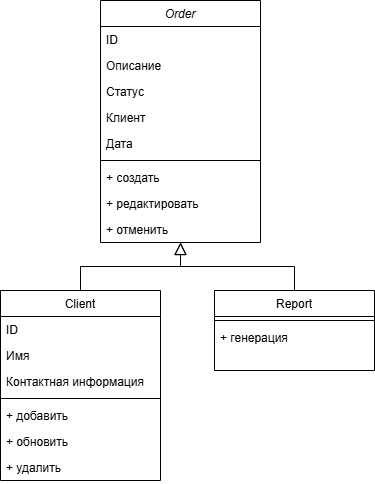
The draw.io diagram png/Диаграмма классов.png in ober0/Order-and-customer-accounting-system, before a commit. Source tidied: cells renumbered, new cells last; positions are measured from the earlier drawing's top-left corner, leaving out a move shared by most shapes. The source it was exported from:
```xml
<mxGraphModel background="#FFFFFF">
  <root>
    <mxCell id="0" />
    <mxCell id="1" parent="0" />
    <mxCell id="2" value="Order" style="swimlane;fontStyle=2;align=center;verticalAlign=top;horizontal=1;startSize=26;rounded=0;shadow=0;strokeWidth=1;" parent="1" vertex="1">
      <mxGeometry x="100" width="160" height="242" as="geometry" />
    </mxCell>
    <mxCell id="3" value="ID" style="text;align=left;verticalAlign=top;spacingLeft=4;spacingRight=4;overflow=hidden;" parent="2" vertex="1">
      <mxGeometry y="26" width="160" height="26" as="geometry" />
    </mxCell>
    <mxCell id="4" value="Описание" style="text;align=left;verticalAlign=top;spacingLeft=4;spacingRight=4;overflow=hidden;rounded=0;shadow=0;html=0;" parent="2" vertex="1">
      <mxGeometry y="52" width="160" height="26" as="geometry" />
    </mxCell>
    <mxCell id="5" value="Статус" style="text;align=left;verticalAlign=top;spacingLeft=4;spacingRight=4;overflow=hidden;rounded=0;shadow=0;html=0;" parent="2" vertex="1">
      <mxGeometry y="78" width="160" height="26" as="geometry" />
    </mxCell>
    <mxCell id="6" value="Клиент" style="text;align=left;verticalAlign=top;spacingLeft=4;spacingRight=4;overflow=hidden;" parent="2" vertex="1">
      <mxGeometry y="104" width="160" height="26" as="geometry" />
    </mxCell>
    <mxCell id="7" value="Дата" style="text;align=left;verticalAlign=top;spacingLeft=4;spacingRight=4;overflow=hidden;" parent="2" vertex="1">
      <mxGeometry y="130" width="160" height="26" as="geometry" />
    </mxCell>
    <mxCell id="8" style="line;html=1;strokeWidth=1;align=left;verticalAlign=middle;spacingTop=-1;spacingLeft=3;spacingRight=3;labelPosition=right;" parent="2" vertex="1">
      <mxGeometry y="156" width="160" height="8" as="geometry" />
    </mxCell>
    <mxCell id="9" value="+ создать" style="text;align=left;verticalAlign=top;spacingLeft=4;spacingRight=4;overflow=hidden;rounded=0;shadow=0;html=0;" parent="2" vertex="1">
      <mxGeometry y="164" width="160" height="26" as="geometry" />
    </mxCell>
    <mxCell id="10" value="+ редактировать" style="text;align=left;verticalAlign=top;spacingLeft=4;spacingRight=4;overflow=hidden;rounded=0;shadow=0;html=0;" parent="2" vertex="1">
      <mxGeometry y="190" width="160" height="26" as="geometry" />
    </mxCell>
    <mxCell id="11" value="+ отменить" style="text;align=left;verticalAlign=top;spacingLeft=4;spacingRight=4;overflow=hidden;points=[[0,0.5],[1,0.5]];portConstraint=eastwest;rounded=0;shadow=0;html=0;" parent="2" vertex="1">
      <mxGeometry y="216" width="160" height="26" as="geometry" />
    </mxCell>
    <mxCell id="12" value="Client" style="swimlane;fontStyle=0;align=center;verticalAlign=top;horizontal=1;startSize=26;rounded=0;shadow=0;strokeWidth=1;" parent="1" vertex="1">
      <mxGeometry y="290" width="160" height="190" as="geometry" />
    </mxCell>
    <mxCell id="13" value="ID" style="text;align=left;verticalAlign=top;spacingLeft=4;spacingRight=4;overflow=hidden;" parent="12" vertex="1">
      <mxGeometry y="26" width="160" height="26" as="geometry" />
    </mxCell>
    <mxCell id="14" value="Имя" style="text;align=left;verticalAlign=top;spacingLeft=4;spacingRight=4;overflow=hidden;rounded=0;shadow=0;html=0;" parent="12" vertex="1">
      <mxGeometry y="52" width="160" height="26" as="geometry" />
    </mxCell>
    <mxCell id="15" value="Контактная информация" style="text;align=left;verticalAlign=top;spacingLeft=4;spacingRight=4;overflow=hidden;rounded=0;shadow=0;html=0;" parent="12" vertex="1">
      <mxGeometry y="78" width="160" height="26" as="geometry" />
    </mxCell>
    <mxCell id="16" style="line;html=1;strokeWidth=1;align=left;verticalAlign=middle;spacingTop=-1;spacingLeft=3;spacingRight=3;labelPosition=right;" parent="12" vertex="1">
      <mxGeometry y="104" width="160" height="8" as="geometry" />
    </mxCell>
    <mxCell id="17" value="+ добавить" style="text;align=left;verticalAlign=top;spacingLeft=4;spacingRight=4;overflow=hidden;" parent="12" vertex="1">
      <mxGeometry y="112" width="160" height="26" as="geometry" />
    </mxCell>
    <mxCell id="18" value="+ обновить" style="text;align=left;verticalAlign=top;spacingLeft=4;spacingRight=4;overflow=hidden;" parent="12" vertex="1">
      <mxGeometry y="138" width="160" height="26" as="geometry" />
    </mxCell>
    <mxCell id="19" value="+ удалить" style="text;align=left;verticalAlign=top;spacingLeft=4;spacingRight=4;overflow=hidden;" parent="12" vertex="1">
      <mxGeometry y="164" width="160" height="26" as="geometry" />
    </mxCell>
    <mxCell id="20" style="endArrow=block;endSize=10;endFill=0;shadow=0;strokeWidth=1;rounded=0;curved=0;edgeStyle=elbowEdgeStyle;elbow=vertical;" parent="1" edge="1" source="12" target="2">
      <mxGeometry relative="1" as="geometry" />
    </mxCell>
    <mxCell id="21" value="Report" style="swimlane;fontStyle=0;align=center;verticalAlign=top;horizontal=1;startSize=26;rounded=0;shadow=0;strokeWidth=1;" parent="1" vertex="1">
      <mxGeometry x="214" y="290" width="160" height="80" as="geometry" />
    </mxCell>
    <mxCell id="22" style="line;html=1;strokeWidth=1;align=left;verticalAlign=middle;spacingTop=-1;spacingLeft=3;spacingRight=3;labelPosition=right;" parent="21" vertex="1">
      <mxGeometry y="26" width="160" height="8" as="geometry" />
    </mxCell>
    <mxCell id="23" value="+ генерация" style="text;align=left;verticalAlign=top;spacingLeft=4;spacingRight=4;overflow=hidden;" parent="21" vertex="1">
      <mxGeometry y="34" width="160" height="26" as="geometry" />
    </mxCell>
    <mxCell id="24" style="endArrow=block;endSize=10;endFill=0;shadow=0;strokeWidth=1;rounded=0;curved=0;edgeStyle=elbowEdgeStyle;elbow=vertical;" parent="1" edge="1" source="21" target="2">
      <mxGeometry relative="1" as="geometry" />
    </mxCell>
  </root>
</mxGraphModel>
```
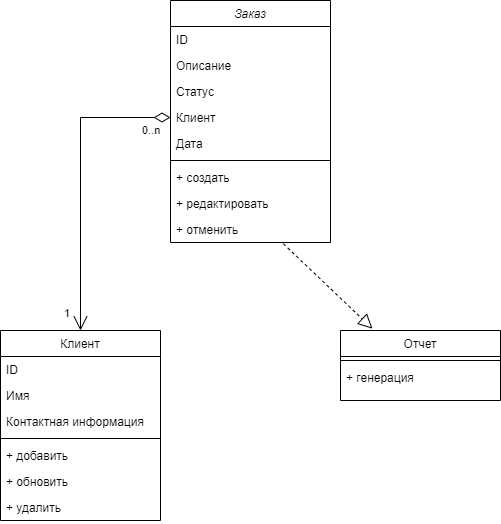
The same file after the commit.

What changed in the source:
```diff
@@ -1,75 +1,85 @@
 <mxGraphModel background="#FFFFFF">
   <root>
-    <mxCell id="0" />
-    <mxCell id="1" parent="0" />
-    <mxCell id="2" value="Order" style="swimlane;fontStyle=2;align=center;verticalAlign=top;horizontal=1;startSize=26;rounded=0;shadow=0;strokeWidth=1;" parent="1" vertex="1">
-      <mxGeometry x="100" width="160" height="242" as="geometry" />
-    </mxCell>
-    <mxCell id="3" value="ID" style="text;align=left;verticalAlign=top;spacingLeft=4;spacingRight=4;overflow=hidden;" parent="2" vertex="1">
-      <mxGeometry y="26" width="160" height="26" as="geometry" />
-    </mxCell>
+    <mxCell id="25" />
+    <mxCell id="26" parent="25" />
+    <mxCell id="27" value="Заказ" style="swimlane;fontStyle=2;align=center;verticalAlign=top;horizontal=1;startSize=26;rounded=0;shadow=0;strokeWidth=1;" parent="26" vertex="1">
+      <mxGeometry x="10" y="100" width="160" height="242" as="geometry" />
+    </mxCell>
+    <mxCell id="28" value="ID" style="text;align=left;verticalAlign=top;spacingLeft=4;spacingRight=4;overflow=hidden;" parent="27" vertex="1">
+      <mxGeometry y="26" width="160" height="26" as="geometry" />
+    </mxCell>
-    <mxCell id="4" value="Описание" style="text;align=left;verticalAlign=top;spacingLeft=4;spacingRight=4;overflow=hidden;rounded=0;shadow=0;html=0;" parent="2" vertex="1">
+    <mxCell id="4" value="Описание" style="text;align=left;verticalAlign=top;spacingLeft=4;spacingRight=4;overflow=hidden;rounded=0;shadow=0;html=0;" parent="27" vertex="1">
       <mxGeometry y="52" width="160" height="26" as="geometry" />
     </mxCell>
-    <mxCell id="5" value="Статус" style="text;align=left;verticalAlign=top;spacingLeft=4;spacingRight=4;overflow=hidden;rounded=0;shadow=0;html=0;" parent="2" vertex="1">
+    <mxCell id="5" value="Статус" style="text;align=left;verticalAlign=top;spacingLeft=4;spacingRight=4;overflow=hidden;rounded=0;shadow=0;html=0;" parent="27" vertex="1">
       <mxGeometry y="78" width="160" height="26" as="geometry" />
     </mxCell>
-    <mxCell id="6" value="Клиент" style="text;align=left;verticalAlign=top;spacingLeft=4;spacingRight=4;overflow=hidden;" parent="2" vertex="1">
-      <mxGeometry y="104" width="160" height="26" as="geometry" />
-    </mxCell>
+    <mxCell id="29" value="Клиент" style="text;align=left;verticalAlign=top;spacingLeft=4;spacingRight=4;overflow=hidden;points=[[0,0.5],[1,0.5]];portConstraint=eastwest;rounded=0;shadow=0;html=0;" parent="27" vertex="1">
+      <mxGeometry y="104" width="160" height="26" as="geometry" />
+    </mxCell>
-    <mxCell id="7" value="Дата" style="text;align=left;verticalAlign=top;spacingLeft=4;spacingRight=4;overflow=hidden;" parent="2" vertex="1">
+    <mxCell id="7" value="Дата" style="text;align=left;verticalAlign=top;spacingLeft=4;spacingRight=4;overflow=hidden;rounded=0;shadow=0;html=0;" parent="27" vertex="1">
       <mxGeometry y="130" width="160" height="26" as="geometry" />
     </mxCell>
-    <mxCell id="8" style="line;html=1;strokeWidth=1;align=left;verticalAlign=middle;spacingTop=-1;spacingLeft=3;spacingRight=3;labelPosition=right;" parent="2" vertex="1">
+    <mxCell id="8" style="line;html=1;strokeWidth=1;align=left;verticalAlign=middle;spacingTop=-1;spacingLeft=3;spacingRight=3;labelPosition=right;" parent="27" vertex="1">
       <mxGeometry y="156" width="160" height="8" as="geometry" />
     </mxCell>
-    <mxCell id="9" value="+ создать" style="text;align=left;verticalAlign=top;spacingLeft=4;spacingRight=4;overflow=hidden;rounded=0;shadow=0;html=0;" parent="2" vertex="1">
+    <mxCell id="9" value="+ создать" style="text;align=left;verticalAlign=top;spacingLeft=4;spacingRight=4;overflow=hidden;" parent="27" vertex="1">
       <mxGeometry y="164" width="160" height="26" as="geometry" />
     </mxCell>
-    <mxCell id="10" value="+ редактировать" style="text;align=left;verticalAlign=top;spacingLeft=4;spacingRight=4;overflow=hidden;rounded=0;shadow=0;html=0;" parent="2" vertex="1">
+    <mxCell id="10" value="+ редактировать" style="text;align=left;verticalAlign=top;spacingLeft=4;spacingRight=4;overflow=hidden;rounded=0;shadow=0;html=0;" parent="27" vertex="1">
       <mxGeometry y="190" width="160" height="26" as="geometry" />
     </mxCell>
-    <mxCell id="11" value="+ отменить" style="text;align=left;verticalAlign=top;spacingLeft=4;spacingRight=4;overflow=hidden;points=[[0,0.5],[1,0.5]];portConstraint=eastwest;rounded=0;shadow=0;html=0;" parent="2" vertex="1">
+    <mxCell id="11" value="+ отменить" style="text;align=left;verticalAlign=top;spacingLeft=4;spacingRight=4;overflow=hidden;points=[[0,0.5],[1,0.5]];portConstraint=eastwest;rounded=0;shadow=0;html=0;" parent="27" vertex="1">
       <mxGeometry y="216" width="160" height="26" as="geometry" />
     </mxCell>
-    <mxCell id="12" value="Client" style="swimlane;fontStyle=0;align=center;verticalAlign=top;horizontal=1;startSize=26;rounded=0;shadow=0;strokeWidth=1;" parent="1" vertex="1">
-      <mxGeometry y="290" width="160" height="190" as="geometry" />
-    </mxCell>
-    <mxCell id="13" value="ID" style="text;align=left;verticalAlign=top;spacingLeft=4;spacingRight=4;overflow=hidden;" parent="12" vertex="1">
-      <mxGeometry y="26" width="160" height="26" as="geometry" />
-    </mxCell>
+    <mxCell id="30" value="Клиент" style="swimlane;fontStyle=0;align=center;verticalAlign=top;horizontal=1;startSize=26;rounded=0;shadow=0;strokeWidth=1;" parent="26" vertex="1">
+      <mxGeometry x="-160" y="430" width="160" height="190" as="geometry" />
+    </mxCell>
+    <mxCell id="31" value="ID" style="text;align=left;verticalAlign=top;spacingLeft=4;spacingRight=4;overflow=hidden;" parent="30" vertex="1">
+      <mxGeometry y="26" width="160" height="26" as="geometry" />
+    </mxCell>
-    <mxCell id="14" value="Имя" style="text;align=left;verticalAlign=top;spacingLeft=4;spacingRight=4;overflow=hidden;rounded=0;shadow=0;html=0;" parent="12" vertex="1">
+    <mxCell id="14" value="Имя" style="text;align=left;verticalAlign=top;spacingLeft=4;spacingRight=4;overflow=hidden;rounded=0;shadow=0;html=0;" parent="30" vertex="1">
       <mxGeometry y="52" width="160" height="26" as="geometry" />
     </mxCell>
-    <mxCell id="15" value="Контактная информация" style="text;align=left;verticalAlign=top;spacingLeft=4;spacingRight=4;overflow=hidden;rounded=0;shadow=0;html=0;" parent="12" vertex="1">
+    <mxCell id="15" value="Контактная информация" style="text;align=left;verticalAlign=top;spacingLeft=4;spacingRight=4;overflow=hidden;rounded=0;shadow=0;html=0;" parent="30" vertex="1">
       <mxGeometry y="78" width="160" height="26" as="geometry" />
     </mxCell>
-    <mxCell id="16" style="line;html=1;strokeWidth=1;align=left;verticalAlign=middle;spacingTop=-1;spacingLeft=3;spacingRight=3;labelPosition=right;" parent="12" vertex="1">
+    <mxCell id="16" style="line;html=1;strokeWidth=1;align=left;verticalAlign=middle;spacingTop=-1;spacingLeft=3;spacingRight=3;labelPosition=right;" parent="30" vertex="1">
       <mxGeometry y="104" width="160" height="8" as="geometry" />
     </mxCell>
-    <mxCell id="17" value="+ добавить" style="text;align=left;verticalAlign=top;spacingLeft=4;spacingRight=4;overflow=hidden;" parent="12" vertex="1">
+    <mxCell id="17" value="+ добавить" style="text;align=left;verticalAlign=top;spacingLeft=4;spacingRight=4;overflow=hidden;" parent="30" vertex="1">
       <mxGeometry y="112" width="160" height="26" as="geometry" />
     </mxCell>
-    <mxCell id="18" value="+ обновить" style="text;align=left;verticalAlign=top;spacingLeft=4;spacingRight=4;overflow=hidden;" parent="12" vertex="1">
+    <mxCell id="18" value="+ обновить" style="text;align=left;verticalAlign=top;spacingLeft=4;spacingRight=4;overflow=hidden;" parent="30" vertex="1">
       <mxGeometry y="138" width="160" height="26" as="geometry" />
     </mxCell>
-    <mxCell id="19" value="+ удалить" style="text;align=left;verticalAlign=top;spacingLeft=4;spacingRight=4;overflow=hidden;" parent="12" vertex="1">
+    <mxCell id="19" value="+ удалить" style="text;align=left;verticalAlign=top;spacingLeft=4;spacingRight=4;overflow=hidden;" parent="30" vertex="1">
       <mxGeometry y="164" width="160" height="26" as="geometry" />
     </mxCell>
-    <mxCell id="20" style="endArrow=block;endSize=10;endFill=0;shadow=0;strokeWidth=1;rounded=0;curved=0;edgeStyle=elbowEdgeStyle;elbow=vertical;" parent="1" edge="1" source="12" target="2">
-      <mxGeometry relative="1" as="geometry" />
-    </mxCell>
-    <mxCell id="21" value="Report" style="swimlane;fontStyle=0;align=center;verticalAlign=top;horizontal=1;startSize=26;rounded=0;shadow=0;strokeWidth=1;" parent="1" vertex="1">
-      <mxGeometry x="214" y="290" width="160" height="80" as="geometry" />
-    </mxCell>
+    <mxCell id="32" value="Отчет" style="swimlane;fontStyle=0;align=center;verticalAlign=top;horizontal=1;startSize=26;rounded=0;shadow=0;strokeWidth=1;" parent="26" vertex="1">
+      <mxGeometry x="180" y="430" width="160" height="70" as="geometry" />
+    </mxCell>
-    <mxCell id="22" style="line;html=1;strokeWidth=1;align=left;verticalAlign=middle;spacingTop=-1;spacingLeft=3;spacingRight=3;labelPosition=right;" parent="21" vertex="1">
+    <mxCell id="22" style="line;html=1;strokeWidth=1;align=left;verticalAlign=middle;spacingTop=-1;spacingLeft=3;spacingRight=3;labelPosition=right;" parent="32" vertex="1">
       <mxGeometry y="26" width="160" height="8" as="geometry" />
     </mxCell>
-    <mxCell id="23" value="+ генерация" style="text;align=left;verticalAlign=top;spacingLeft=4;spacingRight=4;overflow=hidden;" parent="21" vertex="1">
+    <mxCell id="23" value="+ генерация" style="text;align=left;verticalAlign=top;spacingLeft=4;spacingRight=4;overflow=hidden;" parent="32" vertex="1">
       <mxGeometry y="34" width="160" height="26" as="geometry" />
     </mxCell>
-    <mxCell id="24" style="endArrow=block;endSize=10;endFill=0;shadow=0;strokeWidth=1;rounded=0;curved=0;edgeStyle=elbowEdgeStyle;elbow=vertical;" parent="1" edge="1" source="21" target="2">
-      <mxGeometry relative="1" as="geometry" />
-    </mxCell>
+    <mxCell id="33" style="endArrow=open;html=1;endSize=12;startArrow=diamondThin;startSize=14;startFill=0;edgeStyle=orthogonalEdgeStyle;rounded=0;exitX=0;exitY=0.5;exitDx=0;exitDy=0;entryX=0.5;entryY=0;entryDx=0;entryDy=0;" parent="26" edge="1" source="29" target="30">
+      <mxGeometry relative="1" as="geometry" />
+    </mxCell>
+    <mxCell id="34" value="0..n" style="edgeLabel;html=1;align=left;verticalAlign=top;" parent="33" vertex="1">
+      <mxGeometry x="-1" relative="1" as="geometry">
+        <mxPoint x="-30" as="offset" />
+      </mxGeometry>
+    </mxCell>
+    <mxCell id="35" value="1" style="edgeLabel;html=1;align=right;verticalAlign=top;" parent="33" vertex="1">
+      <mxGeometry x="1" relative="1" as="geometry">
+        <mxPoint x="-10" y="-30" as="offset" />
+      </mxGeometry>
+    </mxCell>
+    <mxCell id="36" style="endArrow=block;dashed=1;endFill=0;endSize=12;html=1;rounded=0;exitX=0.705;exitY=1.045;exitDx=0;exitDy=0;exitPerimeter=0;entryX=0.2;entryY=-0.026;entryDx=0;entryDy=0;entryPerimeter=0;" parent="26" edge="1" source="11" target="32">
+      <mxGeometry relative="1" as="geometry" />
+    </mxCell>
   </root>
 </mxGraphModel>
```
